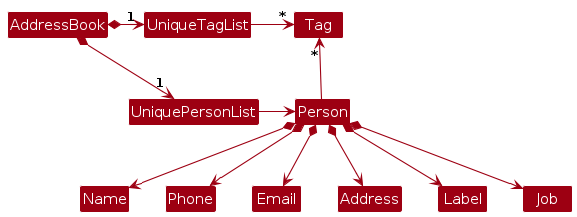
The PlantUML diagram diagrams/BetterModelClassDiagram.png in Zonnie-23/tp, before a commit. Its source is kept beside it as diagrams/BetterModelClassDiagram.puml. Its diagram source:
```plantuml
@startuml
!include style.puml
skinparam arrowThickness 1.1
skinparam arrowColor MODEL_COLOR
skinparam classBackgroundColor MODEL_COLOR

AddressBook *-right-> "1" UniquePersonList
AddressBook *-right-> "1" UniqueTagList
UniqueTagList -[hidden]down- UniquePersonList
UniqueTagList -[hidden]down- UniquePersonList

UniqueTagList -right-> "*" Tag
UniquePersonList -right-> Person

Person -up-> "*" Tag

Person *--> Name
Person *--> Phone
Person *--> Email
Person *--> Address
Person *--> Label
Person *--> Job
@enduml
```
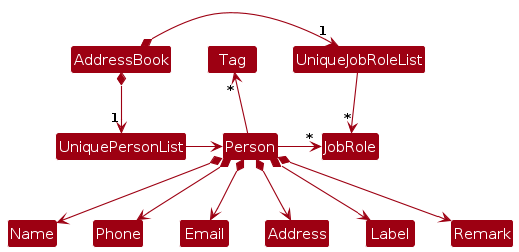
Later version of the same file.

What changed in the source:
```diff
@@ -4,20 +4,19 @@
 skinparam arrowColor MODEL_COLOR
 skinparam classBackgroundColor MODEL_COLOR
 
+AddressBook *-right-> "1" UniqueJobRoleList
 AddressBook *-right-> "1" UniquePersonList
-AddressBook *-right-> "1" UniqueTagList
-UniqueTagList -[hidden]down- UniquePersonList
-UniqueTagList -[hidden]down- UniquePersonList
 
-UniqueTagList -right-> "*" Tag
 UniquePersonList -right-> Person
+UniqueJobRoleList -down-> "*" JobRole
 
 Person -up-> "*" Tag
+Person -right-> "*" JobRole
 
 Person *--> Name
 Person *--> Phone
 Person *--> Email
 Person *--> Address
 Person *--> Label
-Person *--> Job
+Person *--> Remark
 @enduml
```
